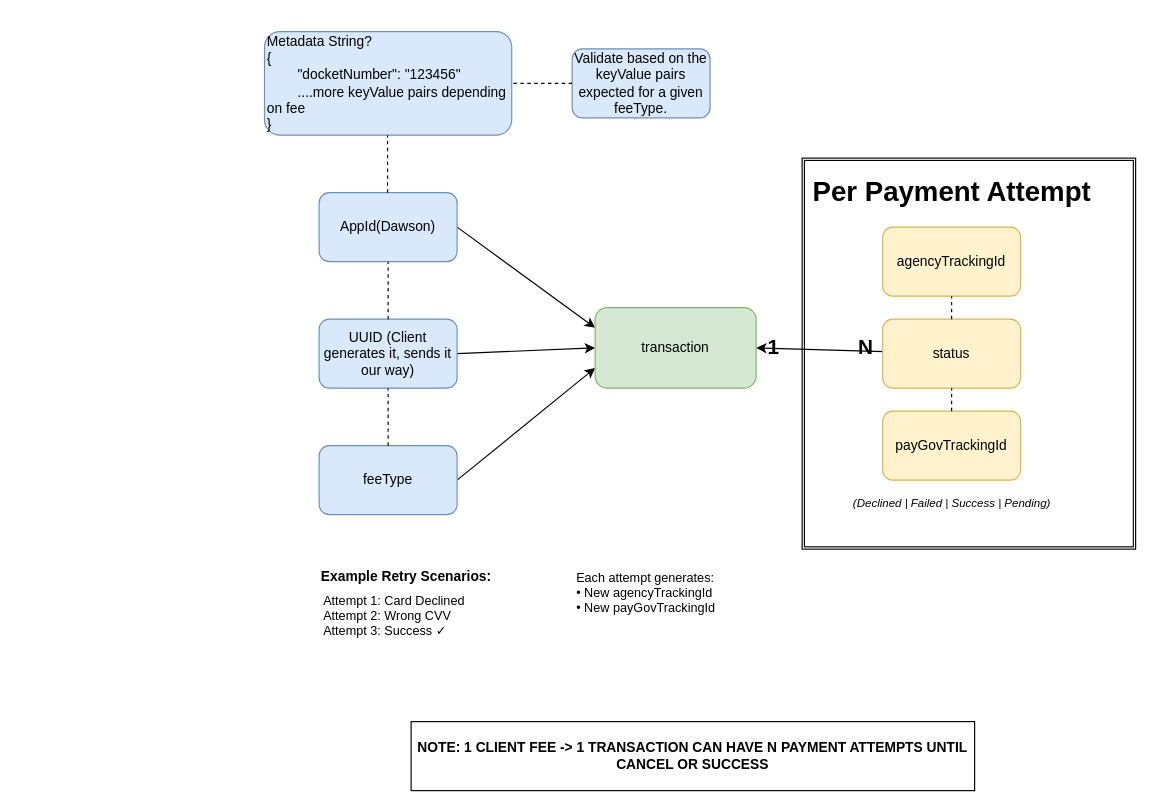
This is docs/diagrams/unique-id.drawio from ustaxcourt/ustc-payment-portal, a draw.io file, before an edit. Source tidied: cells renumbered, new cells numbered last; positions are measured from the earlier drawing's top-left corner, leaving out a move shared by most shapes. Both pictures are drawn from the tidied source at 115%, with x=0, y=0 at pixel (263, 31).
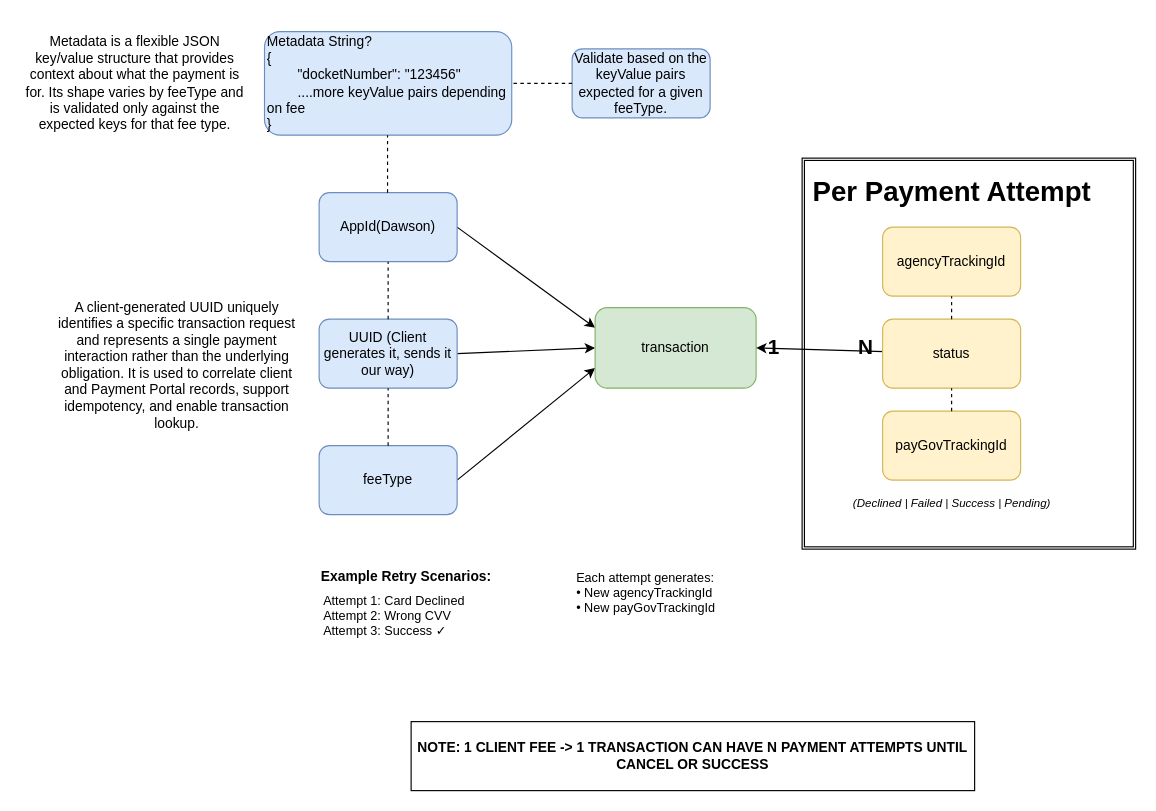
Above is the later version.

Commit message (it also covers changes not shown here):
updated init and getDetails diagrams

The edit, as a diff of the source:
```diff
@@
+    <mxCell id="30" value="A client-generated UUID uniquely identifies a specific transaction request and represents a single payment interaction rather than the underlying obligation. It is used to correlate client and Payment Portal records, support idempotency, and enable transaction lookup." style="text;html=1;align=center;verticalAlign=middle;whiteSpace=wrap;rounded=0;" parent="1" vertex="1">
+      <mxGeometry x="-182" y="220" width="212.5" height="140" as="geometry" />
+    </mxCell>
+    <mxCell id="31" value="Metadata is a flexible JSON key/value structure that provides context about what the payment is for. Its shape varies by feeType and is validated only against the expected keys for that fee type." style="text;html=1;align=center;verticalAlign=middle;whiteSpace=wrap;rounded=0;" parent="1" vertex="1">
+      <mxGeometry x="-212" y="-10" width="200" height="110" as="geometry" />
+    </mxCell>
```
